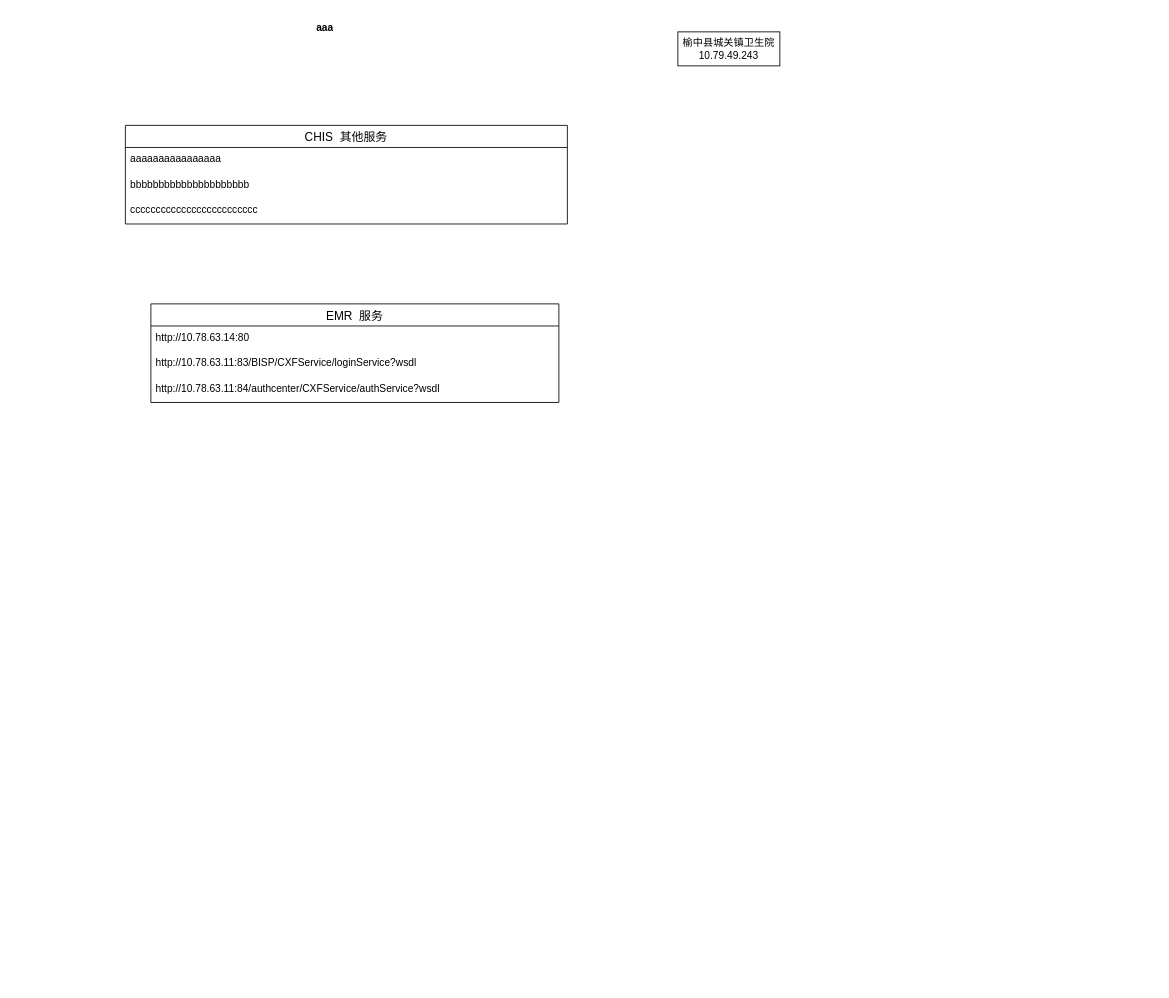
The draw.io diagram 卫生院环境.drawio in dragon8512/config, before the edit. Source tidied: cells renumbered, new cells numbered last; positions are measured from the earlier drawing's top-left corner, leaving out a move shared by most shapes. Both pictures are drawn from the tidied source at 85%, with x=0, y=0 at pixel (125, 14).
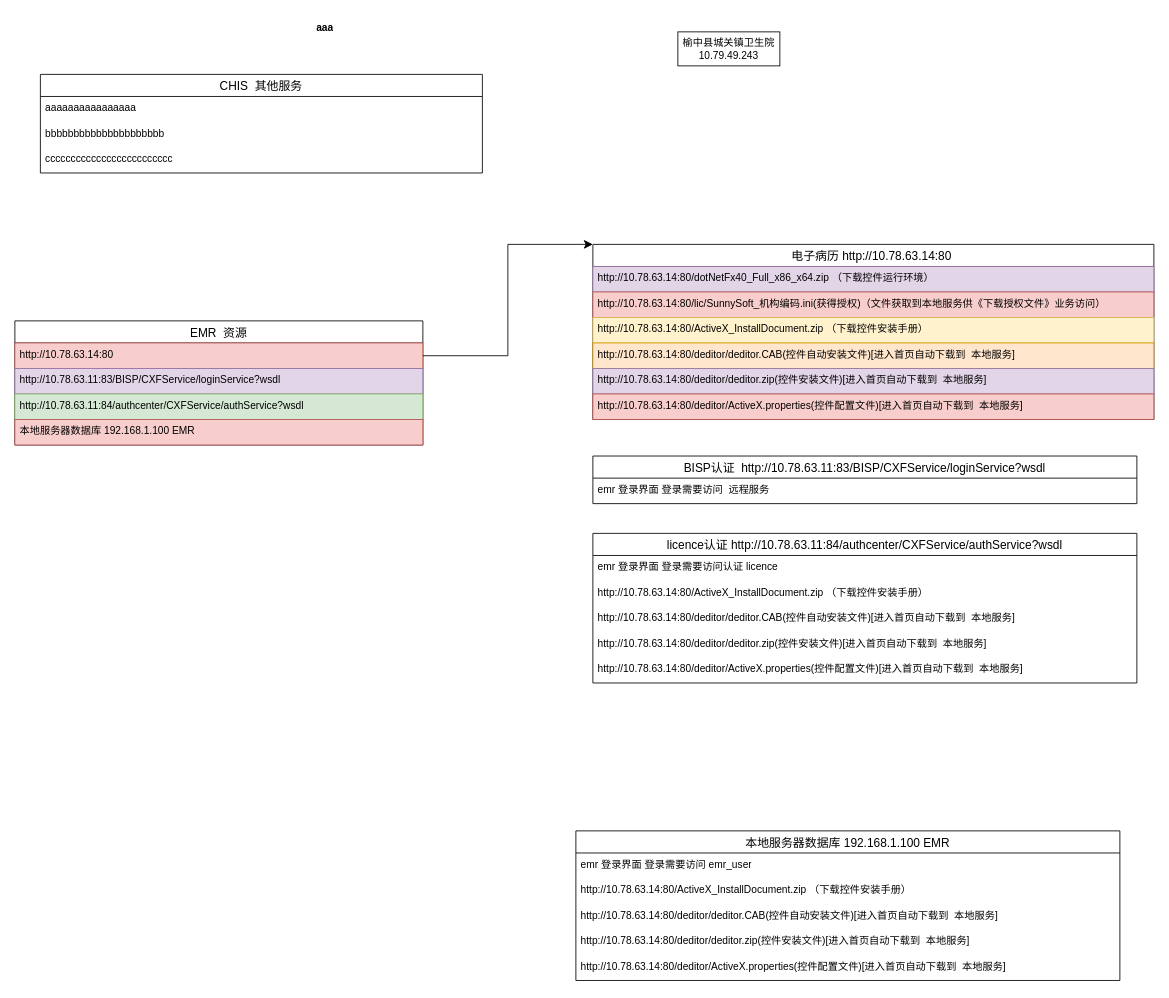
Above is the later version.

Commit message:
更新卫生院环境.drawio

Change to the diagram source:
```diff
@@
     <mxCell id="3" value="CHIS  其他服务" style="swimlane;fontStyle=0;horizontal=1;startSize=26;align=center;fontSize=14;" parent="1" vertex="1">
-      <mxGeometry y="130" width="520" height="116" as="geometry" />
+      <mxGeometry x="-100" y="70" width="520" height="116" as="geometry" />
     </mxCell>
@@
-    <mxCell id="8" value="EMR  服务" style="swimlane;fontStyle=0;horizontal=1;startSize=26;align=center;fontSize=14;" parent="1" vertex="1">
-      <mxGeometry x="30" y="340" width="480" height="116" as="geometry" />
+    <mxCell id="8" value="EMR  资源" style="swimlane;fontStyle=0;horizontal=1;startSize=26;align=center;fontSize=14;" parent="1" vertex="1">
+      <mxGeometry x="-130" y="360" width="480" height="146" as="geometry" />
     </mxCell>
-    <mxCell id="9" value="http://10.78.63.14:80" style="text;strokeColor=none;fillColor=none;spacingLeft=4;spacingRight=4;overflow=hidden;points=[[0,0.5],[1,0.5]];portConstraint=eastwest;fontSize=12;whiteSpace=wrap;html=1;" parent="8" vertex="1">
+    <mxCell id="9" value="http://10.78.63.14:80" style="text;strokeColor=#b85450;fillColor=#f8cecc;spacingLeft=4;spacingRight=4;overflow=hidden;points=[[0,0.5],[1,0.5]];portConstraint=eastwest;fontSize=12;whiteSpace=wrap;html=1;" parent="8" vertex="1">
       <mxGeometry y="26" width="480" height="30" as="geometry" />
     </mxCell>
-    <mxCell id="10" value="http://10.78.63.11:83/BISP/CXFService/loginService?wsdl" style="text;strokeColor=none;fillColor=none;spacingLeft=4;spacingRight=4;overflow=hidden;fontSize=12;whiteSpace=wrap;html=1;" parent="8" vertex="1">
+    <mxCell id="10" value="http://10.78.63.11:83/BISP/CXFService/loginService?wsdl" style="text;strokeColor=#9673a6;fillColor=#e1d5e7;spacingLeft=4;spacingRight=4;overflow=hidden;fontSize=12;whiteSpace=wrap;html=1;" parent="8" vertex="1">
       <mxGeometry y="56" width="480" height="30" as="geometry" />
     </mxCell>
-    <mxCell id="11" value="http://10.78.63.11:84/authcenter/CXFService/authService?wsdl" style="text;strokeColor=none;fillColor=none;spacingLeft=4;spacingRight=4;overflow=hidden;fontSize=12;whiteSpace=wrap;html=1;" parent="8" vertex="1">
+    <mxCell id="11" value="http://10.78.63.11:84/authcenter/CXFService/authService?wsdl" style="text;strokeColor=#82b366;fillColor=#d5e8d4;spacingLeft=4;spacingRight=4;overflow=hidden;fontSize=12;whiteSpace=wrap;html=1;" parent="8" vertex="1">
       <mxGeometry y="86" width="480" height="30" as="geometry" />
     </mxCell>
+    <mxCell id="12" value="本地服务器数据库 192.168.1.100&amp;nbsp;EMR" style="text;strokeColor=#b85450;fillColor=#f8cecc;spacingLeft=4;spacingRight=4;overflow=hidden;fontSize=12;whiteSpace=wrap;html=1;" parent="8" vertex="1">
+      <mxGeometry y="116" width="480" height="30" as="geometry" />
+    </mxCell>
+    <mxCell id="13" value="电子病历 http://10.78.63.14:80 " style="swimlane;fontStyle=0;horizontal=1;startSize=26;align=center;fontSize=14;" parent="1" vertex="1">
+      <mxGeometry x="550" y="270" width="660" height="206" as="geometry" />
+    </mxCell>
+    <mxCell id="14" value="http://10.78.63.14:80/dotNetFx40_Full_x86_x64.zip （下载控件运行环境）" style="text;strokeColor=#9673a6;fillColor=#e1d5e7;spacingLeft=4;spacingRight=4;overflow=hidden;fontSize=12;whiteSpace=wrap;html=1;" parent="13" vertex="1">
+      <mxGeometry y="26" width="660" height="30" as="geometry" />
+    </mxCell>
+    <mxCell id="15" value="http://10.78.63.14:80/lic/SunnySoft_机构编码.ini(获得授权)（文件获取到本地服务供《下载授权文件》业务访问）" style="text;strokeColor=#b85450;fillColor=#f8cecc;spacingLeft=4;spacingRight=4;overflow=hidden;fontSize=12;whiteSpace=wrap;html=1;" parent="13" vertex="1">
+      <mxGeometry y="56" width="660" height="30" as="geometry" />
+    </mxCell>
+    <mxCell id="16" value="http://10.78.63.14:80/ActiveX_InstallDocument.zip （下载控件安装手册）" style="text;strokeColor=#d6b656;fillColor=#fff2cc;spacingLeft=4;spacingRight=4;overflow=hidden;fontSize=12;whiteSpace=wrap;html=1;" parent="13" vertex="1">
+      <mxGeometry y="86" width="660" height="30" as="geometry" />
+    </mxCell>
+    <mxCell id="17" value="http://10.78.63.14:80/deditor/deditor.CAB(控件自动安装文件)[进入首页自动下载到&amp;nbsp; 本地服务]" style="text;strokeColor=#d79b00;fillColor=#ffe6cc;spacingLeft=4;spacingRight=4;overflow=hidden;fontSize=12;whiteSpace=wrap;html=1;" parent="13" vertex="1">
+      <mxGeometry y="116" width="660" height="30" as="geometry" />
+    </mxCell>
+    <mxCell id="18" value="http://10.78.63.14:80/deditor/deditor.zip(控件安装文件)[进入首页自动下载到&amp;nbsp; 本地服务]" style="text;strokeColor=#9673a6;fillColor=#e1d5e7;spacingLeft=4;spacingRight=4;overflow=hidden;fontSize=12;whiteSpace=wrap;html=1;" parent="13" vertex="1">
+      <mxGeometry y="146" width="660" height="30" as="geometry" />
+    </mxCell>
+    <mxCell id="19" value="http://10.78.63.14:80/deditor/ActiveX.properties(控件配置文件)[进入首页自动下载到&amp;nbsp; 本地服务]" style="text;strokeColor=#b85450;fillColor=#f8cecc;spacingLeft=4;spacingRight=4;overflow=hidden;fontSize=12;whiteSpace=wrap;html=1;" parent="13" vertex="1">
+      <mxGeometry y="176" width="660" height="30" as="geometry" />
+    </mxCell>
+    <mxCell id="20" value="BISP认证  http://10.78.63.11:83/BISP/CXFService/loginService?wsdl" style="swimlane;fontStyle=0;horizontal=1;startSize=26;align=center;fontSize=14;" parent="1" vertex="1">
+      <mxGeometry x="550" y="519" width="640" height="56" as="geometry" />
+    </mxCell>
+    <mxCell id="21" value="emr&amp;nbsp;登录界面&amp;nbsp;登录需要访问&amp;nbsp; 远程服务" style="text;strokeColor=none;fillColor=none;spacingLeft=4;spacingRight=4;overflow=hidden;fontSize=12;whiteSpace=wrap;html=1;" parent="20" vertex="1">
+      <mxGeometry y="26" width="640" height="30" as="geometry" />
+    </mxCell>
+    <mxCell id="22" value="licence认证 http://10.78.63.11:84/authcenter/CXFService/authService?wsdl" style="swimlane;fontStyle=0;horizontal=1;startSize=26;align=center;fontSize=14;" parent="1" vertex="1">
+      <mxGeometry x="550" y="610" width="640" height="176" as="geometry" />
+    </mxCell>
+    <mxCell id="23" value="emr&amp;nbsp;登录界面&amp;nbsp;登录需要访问认证&amp;nbsp;licence" style="text;strokeColor=none;fillColor=none;spacingLeft=4;spacingRight=4;overflow=hidden;fontSize=12;whiteSpace=wrap;html=1;" parent="22" vertex="1">
+      <mxGeometry y="26" width="640" height="30" as="geometry" />
+    </mxCell>
+    <mxCell id="24" value="http://10.78.63.14:80/ActiveX_InstallDocument.zip （下载控件安装手册）" style="text;strokeColor=none;fillColor=none;spacingLeft=4;spacingRight=4;overflow=hidden;fontSize=12;whiteSpace=wrap;html=1;" parent="22" vertex="1">
+      <mxGeometry y="56" width="640" height="30" as="geometry" />
+    </mxCell>
+    <mxCell id="25" value="http://10.78.63.14:80/deditor/deditor.CAB(控件自动安装文件)[进入首页自动下载到&amp;nbsp; 本地服务]" style="text;strokeColor=none;fillColor=none;spacingLeft=4;spacingRight=4;overflow=hidden;fontSize=12;whiteSpace=wrap;html=1;" parent="22" vertex="1">
+      <mxGeometry y="86" width="640" height="30" as="geometry" />
+    </mxCell>
+    <mxCell id="26" value="http://10.78.63.14:80/deditor/deditor.zip(控件安装文件)[进入首页自动下载到&amp;nbsp; 本地服务]" style="text;strokeColor=none;fillColor=none;spacingLeft=4;spacingRight=4;overflow=hidden;fontSize=12;whiteSpace=wrap;html=1;" parent="22" vertex="1">
+      <mxGeometry y="116" width="640" height="30" as="geometry" />
+    </mxCell>
+    <mxCell id="27" value="http://10.78.63.14:80/deditor/ActiveX.properties(控件配置文件)[进入首页自动下载到&amp;nbsp; 本地服务]" style="text;strokeColor=none;fillColor=none;spacingLeft=4;spacingRight=4;overflow=hidden;fontSize=12;whiteSpace=wrap;html=1;" parent="22" vertex="1">
+      <mxGeometry y="146" width="640" height="30" as="geometry" />
+    </mxCell>
+    <mxCell id="28" style="edgeStyle=elbowEdgeStyle;elbow=horizontal;endArrow=classic;html=1;curved=0;rounded=0;endSize=8;startSize=8;exitX=1;exitY=0.5;exitDx=0;exitDy=0;entryX=0;entryY=0;entryDx=0;entryDy=0;" parent="1" edge="1" source="9" target="13">
+      <mxGeometry relative="1" as="geometry" />
+    </mxCell>
+    <mxCell id="29" value="本地服务器数据库 192.168.1.100 EMR" style="swimlane;fontStyle=0;horizontal=1;startSize=26;align=center;fontSize=14;" parent="1" vertex="1">
+      <mxGeometry x="530" y="960" width="640" height="176" as="geometry" />
+    </mxCell>
+    <mxCell id="30" value="emr&amp;nbsp;登录界面&amp;nbsp;登录需要访问&amp;nbsp;emr_user" style="text;strokeColor=none;fillColor=none;spacingLeft=4;spacingRight=4;overflow=hidden;fontSize=12;whiteSpace=wrap;html=1;" parent="29" vertex="1">
+      <mxGeometry y="26" width="640" height="30" as="geometry" />
+    </mxCell>
+    <mxCell id="31" value="http://10.78.63.14:80/ActiveX_InstallDocument.zip （下载控件安装手册）" style="text;strokeColor=none;fillColor=none;spacingLeft=4;spacingRight=4;overflow=hidden;fontSize=12;whiteSpace=wrap;html=1;" parent="29" vertex="1">
+      <mxGeometry y="56" width="640" height="30" as="geometry" />
+    </mxCell>
+    <mxCell id="32" value="http://10.78.63.14:80/deditor/deditor.CAB(控件自动安装文件)[进入首页自动下载到&amp;nbsp; 本地服务]" style="text;strokeColor=none;fillColor=none;spacingLeft=4;spacingRight=4;overflow=hidden;fontSize=12;whiteSpace=wrap;html=1;" parent="29" vertex="1">
+      <mxGeometry y="86" width="640" height="30" as="geometry" />
+    </mxCell>
+    <mxCell id="33" value="http://10.78.63.14:80/deditor/deditor.zip(控件安装文件)[进入首页自动下载到&amp;nbsp; 本地服务]" style="text;strokeColor=none;fillColor=none;spacingLeft=4;spacingRight=4;overflow=hidden;fontSize=12;whiteSpace=wrap;html=1;" parent="29" vertex="1">
+      <mxGeometry y="116" width="640" height="30" as="geometry" />
+    </mxCell>
+    <mxCell id="34" value="http://10.78.63.14:80/deditor/ActiveX.properties(控件配置文件)[进入首页自动下载到&amp;nbsp; 本地服务]" style="text;strokeColor=none;fillColor=none;spacingLeft=4;spacingRight=4;overflow=hidden;fontSize=12;whiteSpace=wrap;html=1;" parent="29" vertex="1">
+      <mxGeometry y="146" width="640" height="30" as="geometry" />
+    </mxCell>
```
